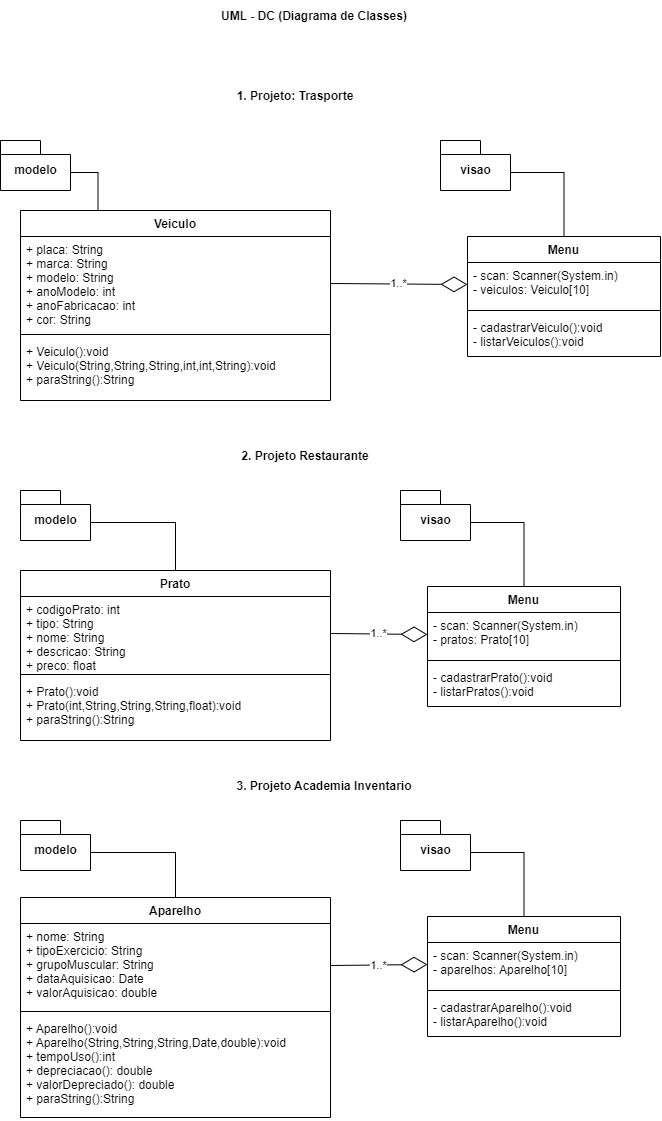
The draw.io diagram 1des/fpoo/aula18/classes.png in wellifabio/senai2022, before a commit. Source tidied: cells renumbered, new cells last; positions are measured from the earlier drawing's top-left corner, leaving out a move shared by most shapes.
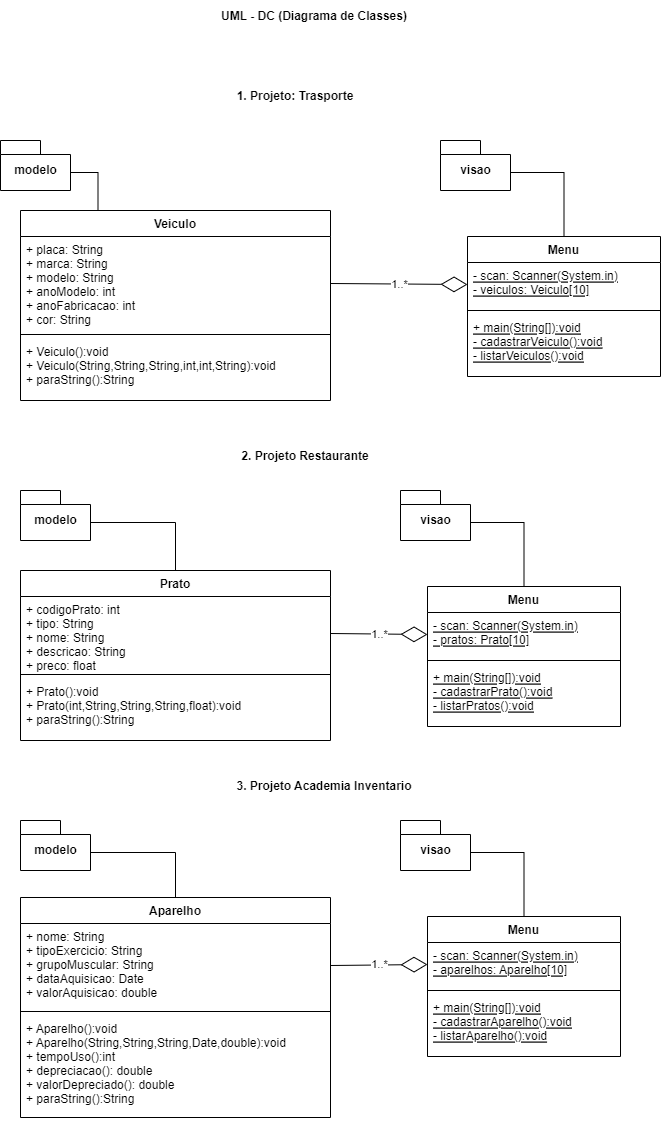
After the change.

Change to the diagram source:
```diff
@@ -30,16 +30,16 @@
       <mxGeometry relative="1" as="geometry" />
     </mxCell>
     <mxCell id="11" value="Menu" style="swimlane;fontStyle=1;align=center;verticalAlign=top;horizontal=1;startSize=26;" parent="1" vertex="1">
-      <mxGeometry x="467" y="236" width="193" height="120" as="geometry" />
+      <mxGeometry x="467" y="236" width="193" height="140" as="geometry" />
     </mxCell>
-    <mxCell id="12" value="- scan: Scanner(System.in)&#10;- veiculos: Veiculo[10]" style="text;strokeColor=none;fillColor=none;align=left;verticalAlign=top;spacingLeft=4;spacingRight=4;overflow=hidden;points=[[0,0.5],[1,0.5]];portConstraint=eastwest;" parent="11" vertex="1">
+    <mxCell id="12" value="- scan: Scanner(System.in)&#10;- veiculos: Veiculo[10]" style="text;strokeColor=none;fillColor=none;align=left;verticalAlign=top;spacingLeft=4;spacingRight=4;overflow=hidden;points=[[0,0.5],[1,0.5]];portConstraint=eastwest;fontStyle=4;" parent="11" vertex="1">
       <mxGeometry y="26" width="193" height="44" as="geometry" />
     </mxCell>
     <mxCell id="13" style="line;strokeWidth=1;fillColor=none;align=left;verticalAlign=middle;spacingTop=-1;spacingLeft=3;spacingRight=3;labelPosition=right;" parent="11" vertex="1">
       <mxGeometry y="70" width="193" height="8" as="geometry" />
     </mxCell>
-    <mxCell id="14" value="- cadastrarVeiculo():void&#10;- listarVeiculos():void" style="text;strokeColor=none;fillColor=none;align=left;verticalAlign=top;spacingLeft=4;spacingRight=4;overflow=hidden;" parent="11" vertex="1">
-      <mxGeometry y="78" width="193" height="42" as="geometry" />
+    <mxCell id="14" value="+ main(String[]):void&#10;- cadastrarVeiculo():void&#10;- listarVeiculos():void" style="text;strokeColor=none;fillColor=none;align=left;verticalAlign=top;spacingLeft=4;spacingRight=4;overflow=hidden;fontStyle=4;" parent="11" vertex="1">
+      <mxGeometry y="78" width="193" height="62" as="geometry" />
     </mxCell>
     <mxCell id="15" value="1..*" style="endArrow=diamondThin;endFill=0;endSize=24;html=1;rounded=0;exitX=1;exitY=0.5;exitDx=0;exitDy=0;entryX=0;entryY=0.5;entryDx=0;entryDy=0;" parent="1" edge="1" source="4" target="12">
       <mxGeometry relative="1" as="geometry" />
@@ -75,16 +75,16 @@
       <mxGeometry relative="1" as="geometry" />
     </mxCell>
     <mxCell id="26" value="Menu" style="swimlane;fontStyle=1;align=center;verticalAlign=top;horizontal=1;startSize=26;" parent="1" vertex="1">
-      <mxGeometry x="427" y="586" width="193" height="120" as="geometry" />
+      <mxGeometry x="427" y="586" width="193" height="140" as="geometry" />
     </mxCell>
-    <mxCell id="27" value="- scan: Scanner(System.in)&#10;- pratos: Prato[10]" style="text;strokeColor=none;fillColor=none;align=left;verticalAlign=top;spacingLeft=4;spacingRight=4;overflow=hidden;points=[[0,0.5],[1,0.5]];portConstraint=eastwest;" parent="26" vertex="1">
+    <mxCell id="27" value="- scan: Scanner(System.in)&#10;- pratos: Prato[10]" style="text;strokeColor=none;fillColor=none;align=left;verticalAlign=top;spacingLeft=4;spacingRight=4;overflow=hidden;points=[[0,0.5],[1,0.5]];portConstraint=eastwest;fontStyle=4;" parent="26" vertex="1">
       <mxGeometry y="26" width="193" height="44" as="geometry" />
     </mxCell>
     <mxCell id="28" style="line;strokeWidth=1;fillColor=none;align=left;verticalAlign=middle;spacingTop=-1;spacingLeft=3;spacingRight=3;labelPosition=right;" parent="26" vertex="1">
       <mxGeometry y="70" width="193" height="8" as="geometry" />
     </mxCell>
-    <mxCell id="29" value="- cadastrarPrato():void&#10;- listarPratos():void" style="text;strokeColor=none;fillColor=none;align=left;verticalAlign=top;spacingLeft=4;spacingRight=4;overflow=hidden;" parent="26" vertex="1">
-      <mxGeometry y="78" width="193" height="42" as="geometry" />
+    <mxCell id="29" value="+ main(String[]):void&#10;- cadastrarPrato():void&#10;- listarPratos():void" style="text;strokeColor=none;fillColor=none;align=left;verticalAlign=top;spacingLeft=4;spacingRight=4;overflow=hidden;fontStyle=4;" parent="26" vertex="1">
+      <mxGeometry y="78" width="193" height="62" as="geometry" />
     </mxCell>
     <mxCell id="30" value="3. Projeto Academia Inventario" style="text;align=center;fontStyle=1;verticalAlign=middle;spacingLeft=3;spacingRight=3;strokeColor=none;" parent="1" vertex="1">
       <mxGeometry x="229" y="770" width="190" height="30" as="geometry" />
@@ -114,16 +114,16 @@
       <mxGeometry relative="1" as="geometry" />
     </mxCell>
     <mxCell id="39" value="Menu" style="swimlane;fontStyle=1;align=center;verticalAlign=top;horizontal=1;startSize=26;" parent="1" vertex="1">
-      <mxGeometry x="427" y="916" width="193" height="120" as="geometry" />
+      <mxGeometry x="427" y="916" width="193" height="140" as="geometry" />
     </mxCell>
-    <mxCell id="40" value="- scan: Scanner(System.in)&#10;- aparelhos: Aparelho[10]" style="text;strokeColor=none;fillColor=none;align=left;verticalAlign=top;spacingLeft=4;spacingRight=4;overflow=hidden;points=[[0,0.5],[1,0.5]];portConstraint=eastwest;" parent="39" vertex="1">
+    <mxCell id="40" value="- scan: Scanner(System.in)&#10;- aparelhos: Aparelho[10]" style="text;strokeColor=none;fillColor=none;align=left;verticalAlign=top;spacingLeft=4;spacingRight=4;overflow=hidden;points=[[0,0.5],[1,0.5]];portConstraint=eastwest;fontStyle=4;" parent="39" vertex="1">
       <mxGeometry y="26" width="193" height="44" as="geometry" />
     </mxCell>
     <mxCell id="41" style="line;strokeWidth=1;fillColor=none;align=left;verticalAlign=middle;spacingTop=-1;spacingLeft=3;spacingRight=3;labelPosition=right;" parent="39" vertex="1">
       <mxGeometry y="70" width="193" height="8" as="geometry" />
     </mxCell>
-    <mxCell id="42" value="- cadastrarAparelho():void&#10;- listarAparelho():void" style="text;strokeColor=none;fillColor=none;align=left;verticalAlign=top;spacingLeft=4;spacingRight=4;overflow=hidden;" parent="39" vertex="1">
-      <mxGeometry y="78" width="193" height="42" as="geometry" />
+    <mxCell id="42" value="+ main(String[]):void&#10;- cadastrarAparelho():void&#10;- listarAparelho():void" style="text;strokeColor=none;fillColor=none;align=left;verticalAlign=top;spacingLeft=4;spacingRight=4;overflow=hidden;fontStyle=4;" parent="39" vertex="1">
+      <mxGeometry y="78" width="193" height="62" as="geometry" />
     </mxCell>
     <mxCell id="43" value="1..*" style="endArrow=diamondThin;endFill=0;endSize=24;html=1;rounded=0;exitX=1;exitY=0.5;exitDx=0;exitDy=0;entryX=0;entryY=0.5;entryDx=0;entryDy=0;" parent="1" edge="1" source="19" target="27">
       <mxGeometry relative="1" as="geometry" />
```
